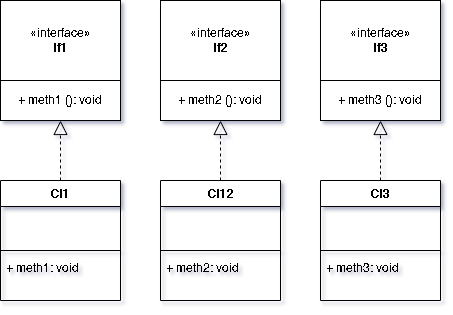
YungLust/KPI-SE keeps this draw.io diagram as lab2/lab2_default.png. Above is the earlier version. Source tidied: cells renumbered, new cells last; positions are measured from the earlier drawing's top-left corner, leaving out a move shared by most shapes.
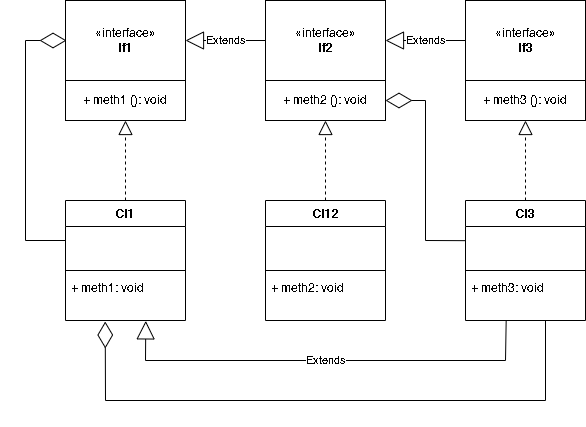
The same diagram one commit later.

Commit message:
Changed diagrams so it shows up with a background in repository

What changed in the source:
```diff
@@ -3,7 +3,7 @@
     <mxCell id="0" />
     <mxCell id="1" parent="0" />
     <mxCell id="2" value="Cl1" style="swimlane;fontStyle=1;align=center;verticalAlign=top;horizontal=1;startSize=26;whiteSpace=wrap;html=1;" parent="1" vertex="1">
-      <mxGeometry y="180" width="120" height="120" as="geometry" />
+      <mxGeometry x="-40" y="200" width="120" height="120" as="geometry" />
     </mxCell>
     <mxCell id="3" value="&amp;nbsp;" style="text;strokeColor=none;fillColor=none;align=left;verticalAlign=top;spacingLeft=4;spacingRight=4;overflow=hidden;whiteSpace=wrap;html=1;" parent="2" vertex="1">
       <mxGeometry y="26" width="120" height="40" as="geometry" />
@@ -15,7 +15,7 @@
       <mxGeometry y="74" width="120" height="46" as="geometry" />
     </mxCell>
     <mxCell id="6" value="Cl12" style="swimlane;fontStyle=1;align=center;verticalAlign=top;horizontal=1;startSize=26;whiteSpace=wrap;html=1;" parent="1" vertex="1">
-      <mxGeometry x="160" y="180" width="120" height="120" as="geometry" />
+      <mxGeometry x="160" y="200" width="120" height="120" as="geometry" />
     </mxCell>
     <mxCell id="7" value="&amp;nbsp;" style="text;strokeColor=none;fillColor=none;align=left;verticalAlign=top;spacingLeft=4;spacingRight=4;overflow=hidden;whiteSpace=wrap;html=1;" parent="6" vertex="1">
       <mxGeometry y="26" width="120" height="40" as="geometry" />
@@ -27,7 +27,7 @@
       <mxGeometry y="74" width="120" height="46" as="geometry" />
     </mxCell>
     <mxCell id="10" value="Cl3" style="swimlane;fontStyle=1;align=center;verticalAlign=top;horizontal=1;startSize=26;whiteSpace=wrap;html=1;" parent="1" vertex="1">
-      <mxGeometry x="320" y="180" width="120" height="120" as="geometry" />
+      <mxGeometry x="360" y="200" width="120" height="120" as="geometry" />
     </mxCell>
     <mxCell id="11" value="&amp;nbsp;" style="text;strokeColor=none;fillColor=none;align=left;verticalAlign=top;spacingLeft=4;spacingRight=4;overflow=hidden;points=[[0,0.5],[1,0.5]];portConstraint=eastwest;whiteSpace=wrap;html=1;" parent="10" vertex="1">
       <mxGeometry y="26" width="120" height="40" as="geometry" />
@@ -39,7 +39,7 @@
       <mxGeometry y="74" width="120" height="46" as="geometry" />
     </mxCell>
     <mxCell id="14" style="group;" parent="1" vertex="1">
-      <mxGeometry width="120" height="120" as="geometry" />
+      <mxGeometry x="-40" width="120" height="120" as="geometry" />
     </mxCell>
     <mxCell id="15" value="«interface»&lt;br&gt;&lt;b&gt;If1&lt;/b&gt;" style="html=1;whiteSpace=wrap;" parent="14" vertex="1">
       <mxGeometry width="120" height="80" as="geometry" />
@@ -57,7 +57,7 @@
       <mxGeometry y="80" width="120" height="40" as="geometry" />
     </mxCell>
     <mxCell id="20" style="group;" parent="1" vertex="1">
-      <mxGeometry x="320" width="120" height="120" as="geometry" />
+      <mxGeometry x="360" width="120" height="120" as="geometry" />
     </mxCell>
     <mxCell id="21" value="«interface»&lt;br&gt;&lt;b&gt;If3&lt;/b&gt;" style="html=1;whiteSpace=wrap;" parent="20" vertex="1">
       <mxGeometry width="120" height="80" as="geometry" />
@@ -74,5 +74,46 @@
     <mxCell id="25" style="endArrow=block;dashed=1;endFill=0;endSize=12;html=1;rounded=0;entryX=0.5;entryY=1;entryDx=0;entryDy=0;exitX=0.5;exitY=0;exitDx=0;exitDy=0;" parent="1" edge="1" source="10" target="22">
       <mxGeometry relative="1" as="geometry" />
     </mxCell>
+    <mxCell id="26" value="Extends" style="endArrow=block;endSize=16;endFill=0;html=1;rounded=0;entryX=1;entryY=0.5;entryDx=0;entryDy=0;exitX=0;exitY=0.5;exitDx=0;exitDy=0;" parent="1" edge="1" source="21" target="18">
+      <mxGeometry relative="1" as="geometry" />
+    </mxCell>
+    <mxCell id="27" value="Extends" style="endArrow=block;endSize=16;endFill=0;html=1;rounded=0;exitX=0;exitY=0.5;exitDx=0;exitDy=0;entryX=1;entryY=0.5;entryDx=0;entryDy=0;" parent="1" edge="1" source="18" target="15">
+      <mxGeometry relative="1" as="geometry" />
+    </mxCell>
+    <mxCell id="28" value="Extends" style="endArrow=block;endSize=16;endFill=0;html=1;rounded=0;exitX=0.339;exitY=0.993;exitDx=0;exitDy=0;exitPerimeter=0;entryX=0.669;entryY=1.008;entryDx=0;entryDy=0;entryPerimeter=0;" parent="1" edge="1" source="13" target="5">
+      <mxGeometry relative="1" as="geometry">
+        <Array as="points">
+          <mxPoint x="400" y="360" />
+          <mxPoint x="40" y="360" />
+        </Array>
+      </mxGeometry>
+    </mxCell>
+    <mxCell id="29" style="endArrow=diamondThin;endFill=0;endSize=24;html=1;rounded=0;entryX=0;entryY=0.5;entryDx=0;entryDy=0;" parent="1" edge="1">
+      <mxGeometry relative="1" as="geometry">
+        <mxPoint x="-40" y="240" as="sourcePoint" />
+        <mxPoint x="-39" y="40" as="targetPoint" />
+        <Array as="points">
+          <mxPoint x="-80" y="240" />
+          <mxPoint x="-80" y="40" />
+        </Array>
+      </mxGeometry>
+    </mxCell>
+    <mxCell id="30" style="endArrow=diamondThin;endFill=0;endSize=24;html=1;rounded=0;entryX=1;entryY=0.5;entryDx=0;entryDy=0;exitX=-0.003;exitY=0.354;exitDx=0;exitDy=0;exitPerimeter=0;" parent="1" edge="1" source="11" target="19">
+      <mxGeometry relative="1" as="geometry">
+        <Array as="points">
+          <mxPoint x="320" y="240" />
+          <mxPoint x="320" y="100" />
+        </Array>
+      </mxGeometry>
+    </mxCell>
+    <mxCell id="31" style="endArrow=diamondThin;endFill=0;endSize=24;html=1;rounded=0;entryX=0.331;entryY=1.022;entryDx=0;entryDy=0;entryPerimeter=0;" parent="1" edge="1" target="5">
+      <mxGeometry relative="1" as="geometry">
+        <mxPoint x="440" y="320" as="sourcePoint" />
+        <Array as="points">
+          <mxPoint x="440" y="400" />
+          <mxPoint y="400" />
+        </Array>
+      </mxGeometry>
+    </mxCell>
   </root>
 </mxGraphModel>
```
